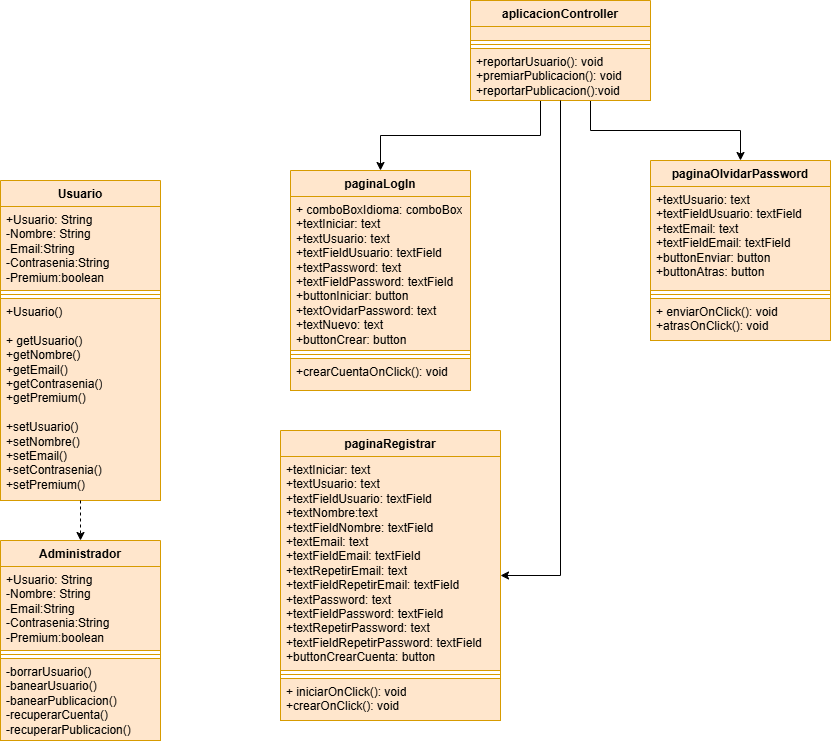
Earlier version of the draw.io export images/diagrama-de-clases.drawio.png (alejandrosalazargonzalez/army-maker-warhammer). Source tidied: cells renumbered, new cells last; positions are measured from the earlier drawing's top-left corner, leaving out a move shared by most shapes.
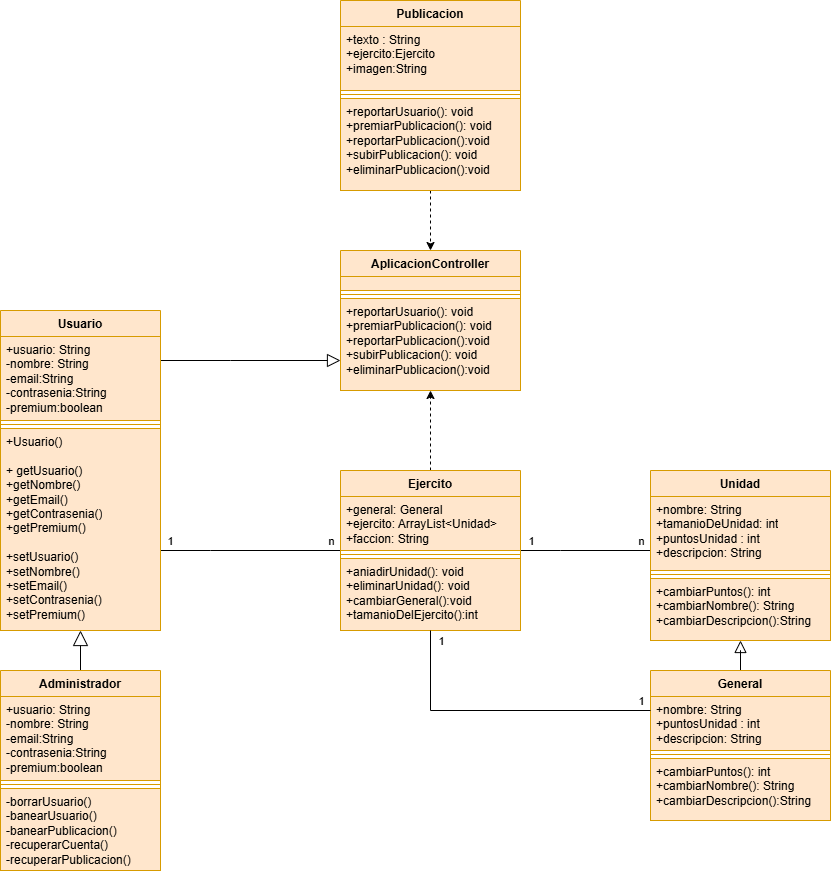
Above is the later version.

Change to the diagram source:
```diff
@@ -4,2 +4,28 @@
     <mxCell id="1" parent="0" />
+    <mxCell id="30" style="edgeStyle=orthogonalEdgeStyle;rounded=0;jettySize=auto;html=1;endArrow=block;endFill=0;endSize=11;" parent="1" edge="1" source="2" target="24">
+      <mxGeometry relative="1" as="geometry">
+        <Array as="points">
+          <mxPoint x="230" y="230" />
+          <mxPoint x="230" y="230" />
+        </Array>
+      </mxGeometry>
+    </mxCell>
+    <mxCell id="31" style="edgeStyle=orthogonalEdgeStyle;rounded=0;jettySize=auto;html=1;endArrow=none;endFill=0;" parent="1" edge="1" source="2" target="39">
+      <mxGeometry relative="1" as="geometry">
+        <Array as="points">
+          <mxPoint x="210" y="420" />
+          <mxPoint x="210" y="420" />
+        </Array>
+      </mxGeometry>
+    </mxCell>
+    <mxCell id="32" value="1" style="edgeLabel;html=1;align=center;verticalAlign=middle;" parent="31" vertex="1">
+      <mxGeometry x="-0.56" y="-2" relative="1" as="geometry">
+        <mxPoint x="-29" y="-12" as="offset" />
+      </mxGeometry>
+    </mxCell>
+    <mxCell id="33" value="n" style="edgeLabel;html=1;align=center;verticalAlign=middle;" parent="31" vertex="1">
+      <mxGeometry x="-0.02" y="1" relative="1" as="geometry">
+        <mxPoint x="82" y="-9" as="offset" />
+      </mxGeometry>
+    </mxCell>
     <mxCell id="2" value="Usuario" style="swimlane;fontStyle=1;align=center;verticalAlign=top;horizontal=1;startSize=26;whiteSpace=wrap;html=1;fillColor=#ffe6cc;strokeColor=#d79b00;" parent="1" vertex="1">
@@ -7,3 +33,3 @@
     </mxCell>
-    <mxCell id="3" value="&lt;div&gt;+Usuario: String&lt;/div&gt;&lt;div&gt;-Nombre: String&lt;/div&gt;&lt;div&gt;-Email:String &lt;br&gt;&lt;/div&gt;&lt;div&gt;-Contrasenia:String&lt;br&gt;&lt;/div&gt;&lt;div&gt;-Premium:boolean&lt;br&gt;&lt;/div&gt;" style="text;strokeColor=#d79b00;fillColor=#ffe6cc;align=left;verticalAlign=top;spacingLeft=4;spacingRight=4;overflow=hidden;whiteSpace=wrap;html=1;" parent="2" vertex="1">
+    <mxCell id="3" value="&lt;div&gt;+usuario: String&lt;/div&gt;&lt;div&gt;-nombre: String&lt;/div&gt;&lt;div&gt;-email:String &lt;br&gt;&lt;/div&gt;&lt;div&gt;-contrasenia:String&lt;br&gt;&lt;/div&gt;&lt;div&gt;-premium:boolean&lt;br&gt;&lt;/div&gt;" style="text;strokeColor=#d79b00;fillColor=#ffe6cc;align=left;verticalAlign=top;spacingLeft=4;spacingRight=4;overflow=hidden;whiteSpace=wrap;html=1;" parent="2" vertex="1">
       <mxGeometry y="26" width="160" height="84" as="geometry" />
@@ -16,2 +42,10 @@
     </mxCell>
+    <mxCell id="34" style="edgeStyle=orthogonalEdgeStyle;rounded=0;jettySize=auto;html=1;endArrow=block;endFill=0;strokeWidth=1;endSize=13;" parent="1" edge="1" source="6" target="5">
+      <mxGeometry relative="1" as="geometry">
+        <Array as="points">
+          <mxPoint x="80" y="460" />
+          <mxPoint x="80" y="460" />
+        </Array>
+      </mxGeometry>
+    </mxCell>
     <mxCell id="6" value="Administrador" style="swimlane;fontStyle=1;align=center;verticalAlign=top;horizontal=1;startSize=26;whiteSpace=wrap;html=1;fillColor=#ffe6cc;strokeColor=#d79b00;" parent="1" vertex="1">
@@ -19,3 +53,3 @@
     </mxCell>
-    <mxCell id="7" value="&lt;div&gt;+Usuario: String&lt;/div&gt;&lt;div&gt;-Nombre: String&lt;/div&gt;&lt;div&gt;-Email:String &lt;br&gt;&lt;/div&gt;&lt;div&gt;-Contrasenia:String&lt;br&gt;&lt;/div&gt;&lt;div&gt;-Premium:boolean&lt;br&gt;&lt;/div&gt;" style="text;strokeColor=#d79b00;fillColor=#ffe6cc;align=left;verticalAlign=top;spacingLeft=4;spacingRight=4;overflow=hidden;whiteSpace=wrap;html=1;" parent="6" vertex="1">
+    <mxCell id="7" value="&lt;div&gt;+usuario: String&lt;/div&gt;&lt;div&gt;-nombre: String&lt;/div&gt;&lt;div&gt;-email:String &lt;br&gt;&lt;/div&gt;&lt;div&gt;-contrasenia:String&lt;br&gt;&lt;/div&gt;&lt;div&gt;-premium:boolean&lt;br&gt;&lt;/div&gt;" style="text;strokeColor=#d79b00;fillColor=#ffe6cc;align=left;verticalAlign=top;spacingLeft=4;spacingRight=4;overflow=hidden;whiteSpace=wrap;html=1;" parent="6" vertex="1">
       <mxGeometry y="26" width="160" height="84" as="geometry" />
@@ -28,56 +62,4 @@
     </mxCell>
-    <mxCell id="10" value="paginaLogIn" style="swimlane;fontStyle=1;align=center;verticalAlign=top;horizontal=1;startSize=26;whiteSpace=wrap;html=1;fillColor=#ffe6cc;strokeColor=#d79b00;" parent="1" vertex="1">
-      <mxGeometry x="290" y="170" width="180" height="220" as="geometry" />
-    </mxCell>
-    <mxCell id="11" value="&lt;div&gt;+ comboBoxIdioma: comboBox&lt;/div&gt;&lt;div&gt;+textIniciar: text&lt;/div&gt;&lt;div&gt;+textUsuario: text&lt;/div&gt;&lt;div&gt;+textFieldUsuario: textField&lt;/div&gt;&lt;div&gt;+textPassword: text&lt;/div&gt;&lt;div&gt;+textFieldPassword: textField&lt;/div&gt;&lt;div&gt;+buttonIniciar: button&lt;/div&gt;&lt;div&gt;+textOvidarPassword: text&lt;/div&gt;&lt;div&gt;+textNuevo: text&lt;/div&gt;&lt;div&gt;+buttonCrear: button&lt;/div&gt;" style="text;strokeColor=#d79b00;fillColor=#ffe6cc;align=left;verticalAlign=top;spacingLeft=4;spacingRight=4;overflow=hidden;whiteSpace=wrap;html=1;" parent="10" vertex="1">
-      <mxGeometry y="26" width="180" height="154" as="geometry" />
-    </mxCell>
-    <mxCell id="12" style="line;strokeWidth=1;fillColor=#ffe6cc;align=left;verticalAlign=middle;spacingTop=-1;spacingLeft=3;spacingRight=3;labelPosition=right;strokeColor=#d79b00;" parent="10" vertex="1">
-      <mxGeometry y="180" width="180" height="8" as="geometry" />
-    </mxCell>
-    <mxCell id="13" value="&lt;div&gt;+crearCuentaOnClick(): void&lt;/div&gt;&lt;div&gt;&lt;br&gt;&lt;/div&gt;" style="text;strokeColor=#d79b00;fillColor=#ffe6cc;align=left;verticalAlign=top;spacingLeft=4;spacingRight=4;overflow=hidden;whiteSpace=wrap;html=1;" parent="10" vertex="1">
-      <mxGeometry y="188" width="180" height="32" as="geometry" />
-    </mxCell>
-    <mxCell id="14" value="paginaRegistrar" style="swimlane;fontStyle=1;align=center;verticalAlign=top;horizontal=1;startSize=26;whiteSpace=wrap;html=1;fillColor=#ffe6cc;strokeColor=#d79b00;" parent="1" vertex="1">
-      <mxGeometry x="280" y="430" width="220" height="290" as="geometry" />
-    </mxCell>
-    <mxCell id="15" value="&lt;div&gt;+textIniciar: text&lt;/div&gt;&lt;div&gt;+textUsuario: text&lt;/div&gt;&lt;div&gt;+textFieldUsuario: textField&lt;/div&gt;&lt;div&gt;+textNombre:text&lt;/div&gt;&lt;div&gt;+textFieldNombre: textField&lt;/div&gt;&lt;div&gt;+textEmail: text&lt;/div&gt;&lt;div&gt;+textFieldEmail: textField&lt;/div&gt;&lt;div&gt;+textRepetirEmail: text&lt;/div&gt;&lt;div&gt;+textFieldRepetirEmail: textField&lt;/div&gt;&lt;div&gt;+textPassword: text&lt;/div&gt;&lt;div&gt;+textFieldPassword: textField&lt;/div&gt;&lt;div&gt;&lt;div&gt;+textRepetirPassword: text&lt;/div&gt;&lt;div&gt;+textFieldRepetirPassword: textField&lt;/div&gt;&lt;/div&gt;&lt;div&gt;+buttonCrearCuenta: button&lt;/div&gt;" style="text;strokeColor=#d79b00;fillColor=#ffe6cc;align=left;verticalAlign=top;spacingLeft=4;spacingRight=4;overflow=hidden;whiteSpace=wrap;html=1;" parent="14" vertex="1">
-      <mxGeometry y="26" width="220" height="214" as="geometry" />
-    </mxCell>
-    <mxCell id="16" style="line;strokeWidth=1;fillColor=#ffe6cc;align=left;verticalAlign=middle;spacingTop=-1;spacingLeft=3;spacingRight=3;labelPosition=right;strokeColor=#d79b00;" parent="14" vertex="1">
-      <mxGeometry y="240" width="220" height="8" as="geometry" />
-    </mxCell>
-    <mxCell id="17" value="&lt;div&gt;+ iniciarOnClick(): void&lt;/div&gt;&lt;div&gt;+crearOnClick(): void&lt;/div&gt;&lt;div&gt;&lt;br&gt;&lt;/div&gt;" style="text;strokeColor=#d79b00;fillColor=#ffe6cc;align=left;verticalAlign=top;spacingLeft=4;spacingRight=4;overflow=hidden;whiteSpace=wrap;html=1;" parent="14" vertex="1">
-      <mxGeometry y="248" width="220" height="42" as="geometry" />
-    </mxCell>
-    <mxCell id="18" value="paginaOlvidarPassword" style="swimlane;fontStyle=1;align=center;verticalAlign=top;horizontal=1;startSize=26;whiteSpace=wrap;html=1;fillColor=#ffe6cc;strokeColor=#d79b00;" parent="1" vertex="1">
-      <mxGeometry x="650" y="160" width="180" height="180" as="geometry" />
-    </mxCell>
-    <mxCell id="19" value="&lt;div&gt;+textUsuario: text&lt;/div&gt;&lt;div&gt;+textFieldUsuario: textField&lt;/div&gt;&lt;div&gt;+textEmail: text&lt;/div&gt;&lt;div&gt;+textFieldEmail: textField&lt;/div&gt;&lt;div&gt;+buttonEnviar: button&lt;/div&gt;&lt;div&gt;+buttonAtras: button&lt;/div&gt;" style="text;strokeColor=#d79b00;fillColor=#ffe6cc;align=left;verticalAlign=top;spacingLeft=4;spacingRight=4;overflow=hidden;whiteSpace=wrap;html=1;" parent="18" vertex="1">
-      <mxGeometry y="26" width="180" height="104" as="geometry" />
-    </mxCell>
-    <mxCell id="20" style="line;strokeWidth=1;fillColor=#ffe6cc;align=left;verticalAlign=middle;spacingTop=-1;spacingLeft=3;spacingRight=3;labelPosition=right;strokeColor=#d79b00;" parent="18" vertex="1">
-      <mxGeometry y="130" width="180" height="8" as="geometry" />
-    </mxCell>
-    <mxCell id="21" value="&lt;div&gt;+ enviarOnClick(): void&lt;/div&gt;&lt;div&gt;+atrasOnClick(): void&lt;/div&gt;" style="text;strokeColor=#d79b00;fillColor=#ffe6cc;align=left;verticalAlign=top;spacingLeft=4;spacingRight=4;overflow=hidden;whiteSpace=wrap;html=1;" parent="18" vertex="1">
-      <mxGeometry y="138" width="180" height="42" as="geometry" />
-    </mxCell>
-    <mxCell id="22" style="edgeStyle=orthogonalEdgeStyle;rounded=0;jettySize=auto;html=1;" parent="1" edge="1" source="24" target="10">
-      <mxGeometry relative="1" as="geometry">
-        <Array as="points">
-          <mxPoint x="540" y="135" />
-          <mxPoint x="380" y="135" />
-        </Array>
-      </mxGeometry>
-    </mxCell>
-    <mxCell id="23" style="edgeStyle=orthogonalEdgeStyle;rounded=0;jettySize=auto;html=1;" parent="1" edge="1" source="24" target="18">
-      <mxGeometry relative="1" as="geometry">
-        <Array as="points">
-          <mxPoint x="590" y="130" />
-          <mxPoint x="740" y="130" />
-        </Array>
-      </mxGeometry>
-    </mxCell>
-    <mxCell id="24" value="aplicacionController" style="swimlane;fontStyle=1;align=center;verticalAlign=top;horizontal=1;startSize=26;whiteSpace=wrap;html=1;fillColor=#ffe6cc;strokeColor=#d79b00;" parent="1" vertex="1">
-      <mxGeometry x="470" width="180" height="100" as="geometry" />
+    <mxCell id="24" value="AplicacionController" style="swimlane;fontStyle=1;align=center;verticalAlign=top;horizontal=1;startSize=26;whiteSpace=wrap;html=1;fillColor=#ffe6cc;strokeColor=#d79b00;" parent="1" vertex="1">
+      <mxGeometry x="340" y="120" width="180" height="140" as="geometry" />
     </mxCell>
@@ -89,20 +71,102 @@
     </mxCell>
-    <mxCell id="27" value="&lt;div&gt;+reportarUsuario(): void&lt;/div&gt;&lt;div&gt;+premiarPublicacion(): void&lt;/div&gt;&lt;div&gt;+reportarPublicacion():void&lt;/div&gt;" style="text;strokeColor=#d79b00;fillColor=#ffe6cc;align=left;verticalAlign=top;spacingLeft=4;spacingRight=4;overflow=hidden;points=[[0,0.5],[1,0.5]];portConstraint=eastwest;whiteSpace=wrap;html=1;" parent="24" vertex="1">
-      <mxGeometry y="48" width="180" height="52" as="geometry" />
+    <mxCell id="27" value="&lt;div&gt;+reportarUsuario(): void&lt;/div&gt;&lt;div&gt;+premiarPublicacion(): void&lt;/div&gt;&lt;div&gt;+reportarPublicacion():void&lt;/div&gt;&lt;div&gt;+subirPublicacion(): void&lt;/div&gt;&lt;div&gt;+eliminarPublicacion():void&lt;/div&gt;" style="text;strokeColor=#d79b00;fillColor=#ffe6cc;align=left;verticalAlign=top;spacingLeft=4;spacingRight=4;overflow=hidden;points=[[0,0.5],[1,0.5]];portConstraint=eastwest;whiteSpace=wrap;html=1;" parent="24" vertex="1">
+      <mxGeometry y="48" width="180" height="92" as="geometry" />
     </mxCell>
-    <mxCell id="28" style="edgeStyle=orthogonalEdgeStyle;rounded=0;jettySize=auto;html=1;dashed=1;" parent="1" edge="1" source="5" target="6">
-      <mxGeometry relative="1" as="geometry">
-        <Array as="points">
-          <mxPoint x="80" y="480" />
-          <mxPoint x="80" y="480" />
-        </Array>
-      </mxGeometry>
-    </mxCell>
-    <mxCell id="29" style="edgeStyle=orthogonalEdgeStyle;rounded=0;jettySize=auto;html=1;" parent="1" edge="1" source="27" target="14">
-      <mxGeometry relative="1" as="geometry">
-        <Array as="points">
-          <mxPoint x="560" y="575" />
-        </Array>
-      </mxGeometry>
-    </mxCell>
+    <mxCell id="35" style="edgeStyle=orthogonalEdgeStyle;rounded=0;jettySize=auto;html=1;dashed=1;" parent="1" edge="1" source="39" target="24">
+      <mxGeometry relative="1" as="geometry" />
+    </mxCell>
+    <mxCell id="36" style="edgeStyle=orthogonalEdgeStyle;rounded=0;jettySize=auto;html=1;endArrow=none;endFill=0;" parent="1" edge="1" source="39" target="43">
+      <mxGeometry relative="1" as="geometry">
+        <Array as="points">
+          <mxPoint x="560" y="420" />
+          <mxPoint x="560" y="420" />
+        </Array>
+      </mxGeometry>
+    </mxCell>
+    <mxCell id="37" value="1" style="edgeLabel;html=1;align=center;verticalAlign=middle;" parent="36" vertex="1">
+      <mxGeometry x="0.35" y="1" relative="1" as="geometry">
+        <mxPoint x="-77" y="-9" as="offset" />
+      </mxGeometry>
+    </mxCell>
+    <mxCell id="38" value="n" style="edgeLabel;html=1;align=center;verticalAlign=middle;" parent="36" vertex="1">
+      <mxGeometry x="0.2" y="-2" relative="1" as="geometry">
+        <mxPoint x="43" y="-12" as="offset" />
+      </mxGeometry>
+    </mxCell>
+    <mxCell id="39" value="Ejercito" style="swimlane;fontStyle=1;align=center;verticalAlign=top;horizontal=1;startSize=26;whiteSpace=wrap;html=1;fillColor=#ffe6cc;strokeColor=#d79b00;" parent="1" vertex="1">
+      <mxGeometry x="340" y="340" width="180" height="160" as="geometry" />
+    </mxCell>
+    <mxCell id="40" value="&lt;div&gt;+general: General&lt;/div&gt;+ejercito: ArrayList&amp;lt;Unidad&amp;gt;&lt;div&gt;+faccion: String&lt;/div&gt;" style="text;strokeColor=#d79b00;fillColor=#ffe6cc;align=left;verticalAlign=top;spacingLeft=4;spacingRight=4;overflow=hidden;whiteSpace=wrap;html=1;" parent="39" vertex="1">
+      <mxGeometry y="26" width="180" height="54" as="geometry" />
+    </mxCell>
+    <mxCell id="41" style="line;strokeWidth=1;fillColor=#ffe6cc;align=left;verticalAlign=middle;spacingTop=-1;spacingLeft=3;spacingRight=3;labelPosition=right;strokeColor=#d79b00;" parent="39" vertex="1">
+      <mxGeometry y="80" width="180" height="8" as="geometry" />
+    </mxCell>
+    <mxCell id="42" value="&lt;div&gt;+aniadirUnidad(): void&lt;/div&gt;&lt;div&gt;+eliminarUnidad(): void&lt;/div&gt;&lt;div&gt;+cambiarGeneral():void&lt;/div&gt;&lt;div&gt;+tamanioDelEjercito():int&lt;/div&gt;" style="text;strokeColor=#d79b00;fillColor=#ffe6cc;align=left;verticalAlign=top;spacingLeft=4;spacingRight=4;overflow=hidden;points=[[0,0.5],[1,0.5]];portConstraint=eastwest;whiteSpace=wrap;html=1;" parent="39" vertex="1">
+      <mxGeometry y="88" width="180" height="72" as="geometry" />
+    </mxCell>
+    <mxCell id="43" value="Unidad" style="swimlane;fontStyle=1;align=center;verticalAlign=top;horizontal=1;startSize=26;whiteSpace=wrap;html=1;fillColor=#ffe6cc;strokeColor=#d79b00;" parent="1" vertex="1">
+      <mxGeometry x="650" y="340" width="180" height="170" as="geometry" />
+    </mxCell>
+    <mxCell id="44" value="&lt;div&gt;+nombre: String&lt;/div&gt;+tamanioDeUnidad: int&lt;div&gt;+puntosUnidad : int&lt;/div&gt;&lt;div&gt;+descripcion: String&lt;/div&gt;" style="text;strokeColor=#d79b00;fillColor=#ffe6cc;align=left;verticalAlign=top;spacingLeft=4;spacingRight=4;overflow=hidden;whiteSpace=wrap;html=1;" parent="43" vertex="1">
+      <mxGeometry y="26" width="180" height="74" as="geometry" />
+    </mxCell>
+    <mxCell id="45" style="line;strokeWidth=1;fillColor=#ffe6cc;align=left;verticalAlign=middle;spacingTop=-1;spacingLeft=3;spacingRight=3;labelPosition=right;strokeColor=#d79b00;" parent="43" vertex="1">
+      <mxGeometry y="100" width="180" height="8" as="geometry" />
+    </mxCell>
+    <mxCell id="46" value="&lt;div&gt;+cambiarPuntos(): int&lt;/div&gt;&lt;div&gt;+cambiarNombre(): String&lt;/div&gt;&lt;div&gt;+cambiarDescripcion():String&lt;/div&gt;" style="text;strokeColor=#d79b00;fillColor=#ffe6cc;align=left;verticalAlign=top;spacingLeft=4;spacingRight=4;overflow=hidden;whiteSpace=wrap;html=1;" parent="43" vertex="1">
+      <mxGeometry y="108" width="180" height="62" as="geometry" />
+    </mxCell>
+    <mxCell id="47" style="edgeStyle=orthogonalEdgeStyle;rounded=0;jettySize=auto;html=1;endArrow=block;endFill=0;startSize=11;endSize=10;" parent="1" edge="1" source="48" target="43">
+      <mxGeometry relative="1" as="geometry" />
+    </mxCell>
+    <mxCell id="48" value="General" style="swimlane;fontStyle=1;align=center;verticalAlign=top;horizontal=1;startSize=26;whiteSpace=wrap;html=1;fillColor=#ffe6cc;strokeColor=#d79b00;" parent="1" vertex="1">
+      <mxGeometry x="650" y="540" width="180" height="150" as="geometry" />
+    </mxCell>
+    <mxCell id="49" value="&lt;div&gt;+nombre: String&lt;/div&gt;&lt;div&gt;+puntosUnidad : int&lt;/div&gt;&lt;div&gt;+descripcion: String&lt;/div&gt;" style="text;strokeColor=#d79b00;fillColor=#ffe6cc;align=left;verticalAlign=top;spacingLeft=4;spacingRight=4;overflow=hidden;whiteSpace=wrap;html=1;" parent="48" vertex="1">
+      <mxGeometry y="26" width="180" height="54" as="geometry" />
+    </mxCell>
+    <mxCell id="50" style="line;strokeWidth=1;fillColor=#ffe6cc;align=left;verticalAlign=middle;spacingTop=-1;spacingLeft=3;spacingRight=3;labelPosition=right;strokeColor=#d79b00;" parent="48" vertex="1">
+      <mxGeometry y="80" width="180" height="8" as="geometry" />
+    </mxCell>
+    <mxCell id="51" value="&lt;div&gt;+cambiarPuntos(): int&lt;/div&gt;&lt;div&gt;+cambiarNombre(): String&lt;/div&gt;&lt;div&gt;+cambiarDescripcion():String&lt;/div&gt;" style="text;strokeColor=#d79b00;fillColor=#ffe6cc;align=left;verticalAlign=top;spacingLeft=4;spacingRight=4;overflow=hidden;whiteSpace=wrap;html=1;" parent="48" vertex="1">
+      <mxGeometry y="88" width="180" height="62" as="geometry" />
+    </mxCell>
+    <mxCell id="52" style="edgeStyle=orthogonalEdgeStyle;rounded=0;jettySize=auto;html=1;entryX=0.5;entryY=0;entryDx=0;entryDy=0;dashed=1;" parent="1" edge="1" source="53" target="24">
+      <mxGeometry relative="1" as="geometry">
+        <Array as="points">
+          <mxPoint x="430" y="90" />
+          <mxPoint x="430" y="90" />
+        </Array>
+      </mxGeometry>
+    </mxCell>
+    <mxCell id="53" value="Publicacion" style="swimlane;fontStyle=1;align=center;verticalAlign=top;horizontal=1;startSize=26;whiteSpace=wrap;html=1;fillColor=#ffe6cc;strokeColor=#d79b00;" parent="1" vertex="1">
+      <mxGeometry x="340" y="-130" width="180" height="190" as="geometry" />
+    </mxCell>
+    <mxCell id="54" value="+texto : String&lt;div&gt;+ejercito:Ejercito&lt;/div&gt;&lt;div&gt;+imagen:String&lt;/div&gt;" style="text;strokeColor=#d79b00;fillColor=#ffe6cc;align=left;verticalAlign=top;spacingLeft=4;spacingRight=4;overflow=hidden;whiteSpace=wrap;html=1;" parent="53" vertex="1">
+      <mxGeometry y="26" width="180" height="64" as="geometry" />
+    </mxCell>
+    <mxCell id="55" style="line;strokeWidth=1;fillColor=#ffe6cc;align=left;verticalAlign=middle;spacingTop=-1;spacingLeft=3;spacingRight=3;labelPosition=right;strokeColor=#d79b00;" parent="53" vertex="1">
+      <mxGeometry y="90" width="180" height="8" as="geometry" />
+    </mxCell>
+    <mxCell id="56" value="&lt;div&gt;+reportarUsuario(): void&lt;/div&gt;&lt;div&gt;+premiarPublicacion(): void&lt;/div&gt;&lt;div&gt;+reportarPublicacion():void&lt;/div&gt;&lt;div&gt;+subirPublicacion(): void&lt;/div&gt;&lt;div&gt;+eliminarPublicacion():void&lt;/div&gt;" style="text;strokeColor=#d79b00;fillColor=#ffe6cc;align=left;verticalAlign=top;spacingLeft=4;spacingRight=4;overflow=hidden;whiteSpace=wrap;html=1;" parent="53" vertex="1">
+      <mxGeometry y="98" width="180" height="92" as="geometry" />
+    </mxCell>
+    <mxCell id="57" style="edgeStyle=orthogonalEdgeStyle;rounded=0;jettySize=auto;html=1;endArrow=none;endFill=0;" parent="1" edge="1" source="42" target="48">
+      <mxGeometry relative="1" as="geometry">
+        <Array as="points">
+          <mxPoint x="430" y="580" />
+        </Array>
+      </mxGeometry>
+    </mxCell>
+    <mxCell id="58" value="1" style="edgeLabel;html=1;align=center;verticalAlign=middle;" parent="57" vertex="1">
+      <mxGeometry x="-0.12" y="-2" relative="1" as="geometry">
+        <mxPoint x="-41" y="-72" as="offset" />
+      </mxGeometry>
+    </mxCell>
+    <mxCell id="59" value="1" style="edgeLabel;html=1;align=center;verticalAlign=middle;" parent="57" vertex="1">
+      <mxGeometry x="0.39" y="3" relative="1" as="geometry">
+        <mxPoint x="83" y="-7" as="offset" />
+      </mxGeometry>
+    </mxCell>
   </root>
```
